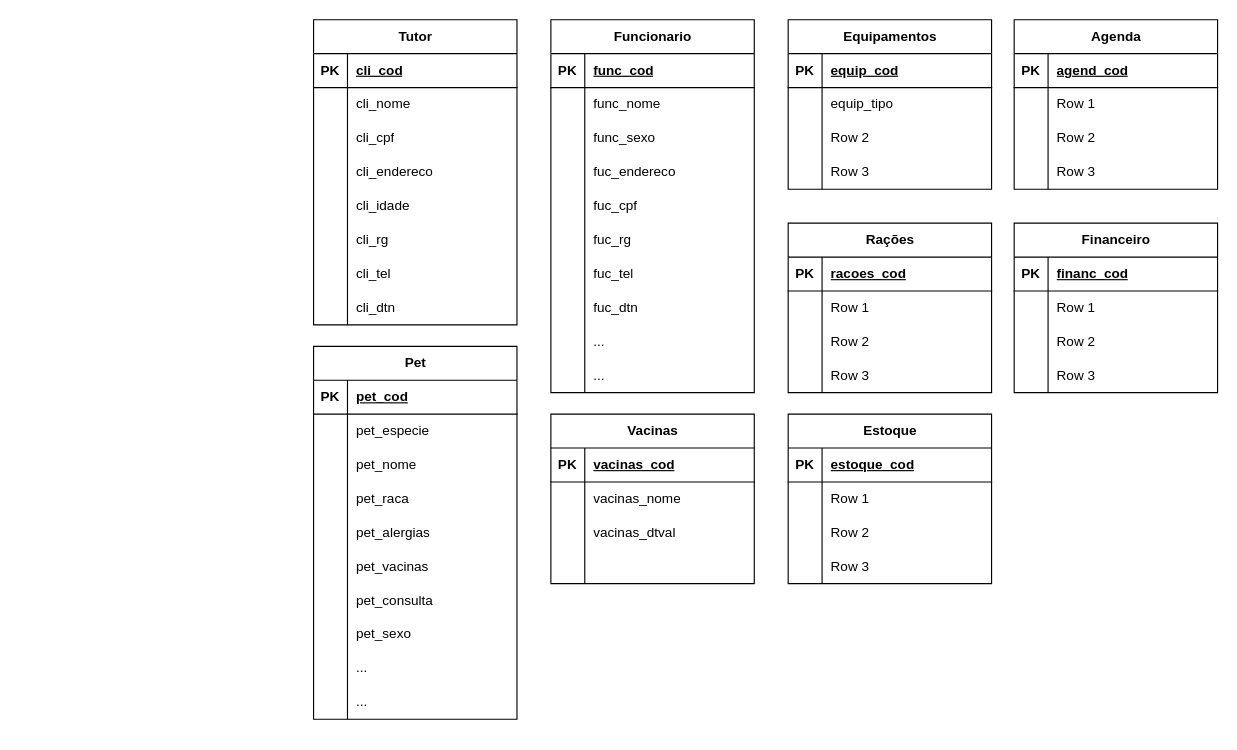
Shnayzi/BD_VetControl keeps this draw.io diagram as VetControl.drawio. Above is the earlier version. Source tidied: cells renumbered, new cells numbered last; positions are measured from the earlier drawing's top-left corner, leaving out a move shared by most shapes. Both pictures are drawn from the tidied source at 113%, with x=0, y=0 at pixel (313, 19).
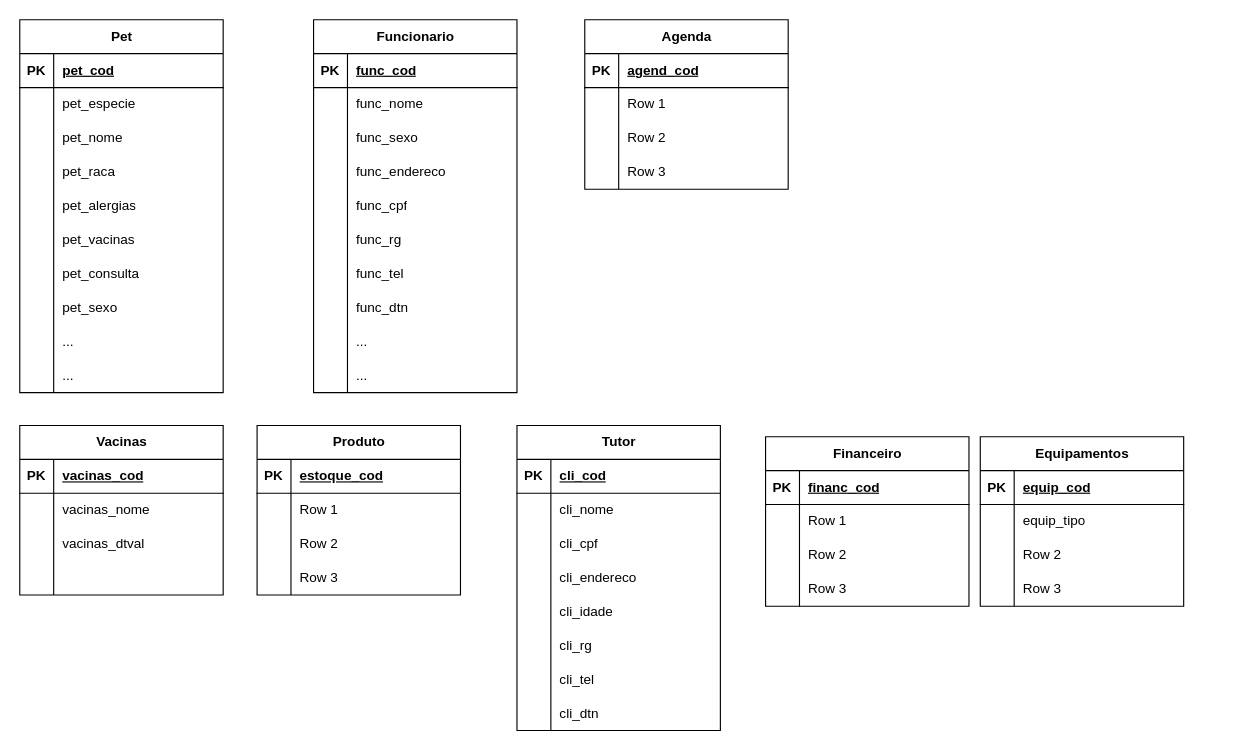
After the change.

Unchanged cells that the change refers to:
```xml
<mxCell id="37" style="shape=tableRow;horizontal=0;startSize=0;swimlaneHead=0;swimlaneBody=0;fillColor=none;top=0;left=0;right=0;bottom=0;" parent="27" vertex="1">
  <mxGeometry y="120" width="180" height="30" as="geometry" />
</mxCell>
<mxCell id="40" style="shape=tableRow;horizontal=0;startSize=0;swimlaneHead=0;swimlaneBody=0;fillColor=none;top=0;left=0;right=0;bottom=0;" parent="27" vertex="1">
  <mxGeometry y="150" width="180" height="30" as="geometry" />
</mxCell>
<mxCell id="43" style="shape=tableRow;horizontal=0;startSize=0;swimlaneHead=0;swimlaneBody=0;fillColor=none;top=0;left=0;right=0;bottom=0;" parent="27" vertex="1">
  <mxGeometry y="180" width="180" height="30" as="geometry" />
</mxCell>
<mxCell id="46" style="shape=tableRow;horizontal=0;startSize=0;swimlaneHead=0;swimlaneBody=0;fillColor=none;top=0;left=0;right=0;bottom=0;" parent="27" vertex="1">
  <mxGeometry y="210" width="180" height="30" as="geometry" />
</mxCell>
<mxCell id="49" style="shape=tableRow;horizontal=0;startSize=0;swimlaneHead=0;swimlaneBody=0;fillColor=none;top=0;left=0;right=0;bottom=0;" parent="27" vertex="1">
  <mxGeometry y="240" width="180" height="30" as="geometry" />
</mxCell>
```

The edit, as a diff of the source:
```diff
@@
     <mxCell id="2" value="Tutor" style="shape=table;startSize=30;childLayout=tableLayout;rowLines=0;fontStyle=1;align=center;html=1;" parent="1" vertex="1">
-      <mxGeometry width="180" height="270" as="geometry" />
+      <mxGeometry x="180" y="359" width="180" height="270" as="geometry" />
     </mxCell>
@@
     <mxCell id="27" value="Funcionario" style="shape=table;startSize=30;childLayout=tableLayout;rowLines=0;fontStyle=1;align=center;html=1;" parent="1" vertex="1">
-      <mxGeometry x="210" width="180" height="330" as="geometry" />
+      <mxGeometry width="180" height="330" as="geometry" />
     </mxCell>
@@
-    <mxCell id="39" value="fuc_endereco" style="shape=partialRectangle;fillColor=none;top=0;left=0;bottom=0;right=0;align=left;spacingLeft=6;overflow=hidden;whiteSpace=wrap;html=1;" parent="37" vertex="1">
+    <mxCell id="39" value="func_endereco" style="shape=partialRectangle;fillColor=none;top=0;left=0;bottom=0;right=0;align=left;spacingLeft=6;overflow=hidden;whiteSpace=wrap;html=1;" parent="37" vertex="1">
       <mxGeometry x="30" width="150" height="30" as="geometry" />
     </mxCell>
@@
-    <mxCell id="42" value="fuc_cpf" style="shape=partialRectangle;fillColor=none;top=0;left=0;bottom=0;right=0;align=left;spacingLeft=6;overflow=hidden;whiteSpace=wrap;html=1;" parent="40" vertex="1">
+    <mxCell id="42" value="func_cpf" style="shape=partialRectangle;fillColor=none;top=0;left=0;bottom=0;right=0;align=left;spacingLeft=6;overflow=hidden;whiteSpace=wrap;html=1;" parent="40" vertex="1">
       <mxGeometry x="30" width="150" height="30" as="geometry" />
     </mxCell>
@@
-    <mxCell id="45" value="fuc_rg" style="shape=partialRectangle;fillColor=none;top=0;left=0;bottom=0;right=0;align=left;spacingLeft=6;overflow=hidden;whiteSpace=wrap;html=1;" parent="43" vertex="1">
+    <mxCell id="45" value="func_rg" style="shape=partialRectangle;fillColor=none;top=0;left=0;bottom=0;right=0;align=left;spacingLeft=6;overflow=hidden;whiteSpace=wrap;html=1;" parent="43" vertex="1">
       <mxGeometry x="30" width="150" height="30" as="geometry" />
     </mxCell>
@@
-    <mxCell id="48" value="fuc_tel" style="shape=partialRectangle;fillColor=none;top=0;left=0;bottom=0;right=0;align=left;spacingLeft=6;overflow=hidden;whiteSpace=wrap;html=1;" parent="46" vertex="1">
+    <mxCell id="48" value="func_tel" style="shape=partialRectangle;fillColor=none;top=0;left=0;bottom=0;right=0;align=left;spacingLeft=6;overflow=hidden;whiteSpace=wrap;html=1;" parent="46" vertex="1">
       <mxGeometry x="30" width="150" height="30" as="geometry" />
     </mxCell>
@@
-    <mxCell id="51" value="fuc_dtn" style="shape=partialRectangle;fillColor=none;top=0;left=0;bottom=0;right=0;align=left;spacingLeft=6;overflow=hidden;whiteSpace=wrap;html=1;" parent="49" vertex="1">
+    <mxCell id="51" value="func_dtn" style="shape=partialRectangle;fillColor=none;top=0;left=0;bottom=0;right=0;align=left;spacingLeft=6;overflow=hidden;whiteSpace=wrap;html=1;" parent="49" vertex="1">
       <mxGeometry x="30" width="150" height="30" as="geometry" />
     </mxCell>
@@
     <mxCell id="58" value="Pet" style="shape=table;startSize=30;childLayout=tableLayout;rowLines=0;fontStyle=1;align=center;html=1;" parent="1" vertex="1">
-      <mxGeometry y="289" width="180" height="330" as="geometry" />
+      <mxGeometry x="-260" width="180" height="330" as="geometry" />
     </mxCell>
@@
     <mxCell id="89" value="Equipamentos" style="shape=table;startSize=30;childLayout=tableLayout;rowLines=0;fontStyle=1;align=center;html=1;" parent="1" vertex="1">
-      <mxGeometry x="420" width="180" height="150" as="geometry" />
+      <mxGeometry x="590" y="369" width="180" height="150" as="geometry" />
     </mxCell>
@@
     <mxCell id="102" value="Vacinas" style="shape=table;startSize=30;childLayout=tableLayout;rowLines=0;fontStyle=1;align=center;html=1;" parent="1" vertex="1">
-      <mxGeometry x="210" y="349" width="180" height="150" as="geometry" />
+      <mxGeometry x="-260" y="359" width="180" height="150" as="geometry" />
     </mxCell>
@@
-    <mxCell id="115" value="Rações" style="shape=table;startSize=30;childLayout=tableLayout;rowLines=0;fontStyle=1;align=center;html=1;" parent="1" vertex="1">
-      <mxGeometry x="420" y="180" width="180" height="150" as="geometry" />
-    </mxCell>
-    <mxCell id="116" style="shape=tableRow;horizontal=0;startSize=0;swimlaneHead=0;swimlaneBody=0;fillColor=none;top=0;left=0;right=0;bottom=1;" parent="115" vertex="1">
-      <mxGeometry y="30" width="180" height="30" as="geometry" />
-    </mxCell>
-    <mxCell id="117" value="PK" style="shape=partialRectangle;fillColor=none;top=0;left=0;bottom=0;right=0;fontStyle=1;overflow=hidden;whiteSpace=wrap;html=1;" parent="116" vertex="1">
-      <mxGeometry width="30" height="30" as="geometry" />
-    </mxCell>
-    <mxCell id="118" value="racoes_cod" style="shape=partialRectangle;fillColor=none;top=0;left=0;bottom=0;right=0;align=left;spacingLeft=6;fontStyle=5;overflow=hidden;whiteSpace=wrap;html=1;" parent="116" vertex="1">
-      <mxGeometry x="30" width="150" height="30" as="geometry" />
-    </mxCell>
-    <mxCell id="119" style="shape=tableRow;horizontal=0;startSize=0;swimlaneHead=0;swimlaneBody=0;fillColor=none;top=0;left=0;right=0;bottom=0;" parent="115" vertex="1">
-      <mxGeometry y="60" width="180" height="30" as="geometry" />
-    </mxCell>
-    <mxCell id="120" style="shape=partialRectangle;fillColor=none;top=0;left=0;bottom=0;right=0;overflow=hidden;whiteSpace=wrap;html=1;" parent="119" vertex="1">
-      <mxGeometry width="30" height="30" as="geometry" />
-    </mxCell>
-    <mxCell id="121" value="Row 1" style="shape=partialRectangle;fillColor=none;top=0;left=0;bottom=0;right=0;align=left;spacingLeft=6;overflow=hidden;whiteSpace=wrap;html=1;" parent="119" vertex="1">
-      <mxGeometry x="30" width="150" height="30" as="geometry" />
-    </mxCell>
-    <mxCell id="122" style="shape=tableRow;horizontal=0;startSize=0;swimlaneHead=0;swimlaneBody=0;fillColor=none;top=0;left=0;right=0;bottom=0;" parent="115" vertex="1">
-      <mxGeometry y="90" width="180" height="30" as="geometry" />
-    </mxCell>
-    <mxCell id="123" style="shape=partialRectangle;fillColor=none;top=0;left=0;bottom=0;right=0;overflow=hidden;whiteSpace=wrap;html=1;" parent="122" vertex="1">
-      <mxGeometry width="30" height="30" as="geometry" />
-    </mxCell>
-    <mxCell id="124" value="Row 2" style="shape=partialRectangle;fillColor=none;top=0;left=0;bottom=0;right=0;align=left;spacingLeft=6;overflow=hidden;whiteSpace=wrap;html=1;" parent="122" vertex="1">
-      <mxGeometry x="30" width="150" height="30" as="geometry" />
-    </mxCell>
-    <mxCell id="125" style="shape=tableRow;horizontal=0;startSize=0;swimlaneHead=0;swimlaneBody=0;fillColor=none;top=0;left=0;right=0;bottom=0;" parent="115" vertex="1">
-      <mxGeometry y="120" width="180" height="30" as="geometry" />
-    </mxCell>
-    <mxCell id="126" style="shape=partialRectangle;fillColor=none;top=0;left=0;bottom=0;right=0;overflow=hidden;whiteSpace=wrap;html=1;" parent="125" vertex="1">
-      <mxGeometry width="30" height="30" as="geometry" />
-    </mxCell>
-    <mxCell id="127" value="Row 3" style="shape=partialRectangle;fillColor=none;top=0;left=0;bottom=0;right=0;align=left;spacingLeft=6;overflow=hidden;whiteSpace=wrap;html=1;" parent="125" vertex="1">
-      <mxGeometry x="30" width="150" height="30" as="geometry" />
-    </mxCell>
     <mxCell id="128" value="Agenda" style="shape=table;startSize=30;childLayout=tableLayout;rowLines=0;fontStyle=1;align=center;html=1;" parent="1" vertex="1">
-      <mxGeometry x="620" width="180" height="150" as="geometry" />
+      <mxGeometry x="240" width="180" height="150" as="geometry" />
     </mxCell>
@@
     <mxCell id="141" value="Financeiro" style="shape=table;startSize=30;childLayout=tableLayout;rowLines=0;fontStyle=1;align=center;html=1;" parent="1" vertex="1">
-      <mxGeometry x="620" y="180" width="180" height="150" as="geometry" />
+      <mxGeometry x="400" y="369" width="180" height="150" as="geometry" />
     </mxCell>
@@
-    <mxCell id="154" value="Estoque" style="shape=table;startSize=30;childLayout=tableLayout;rowLines=0;fontStyle=1;align=center;html=1;" parent="1" vertex="1">
-      <mxGeometry x="420" y="349" width="180" height="150" as="geometry" />
+    <mxCell id="154" value="Produto" style="shape=table;startSize=30;childLayout=tableLayout;rowLines=0;fontStyle=1;align=center;html=1;" parent="1" vertex="1">
+      <mxGeometry x="-50" y="359" width="180" height="150" as="geometry" />
     </mxCell>
```
